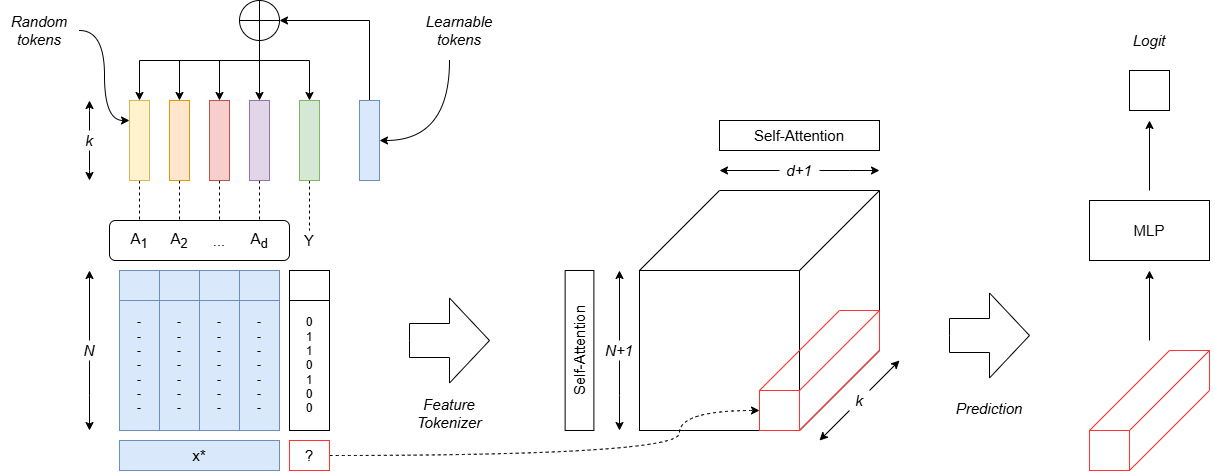
Earlier version of the draw.io export images/tabpfn-v2_regressor.png (tanthinhdt/cbbl-2025). Source tidied: cells renumbered, new cells last; positions are measured from the earlier drawing's top-left corner, leaving out a move shared by most shapes.
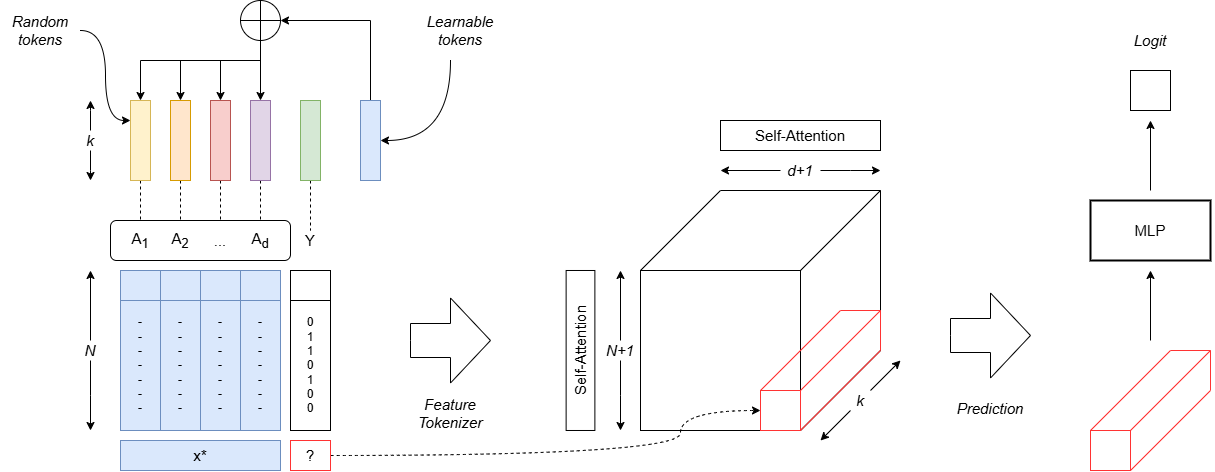
Later version of the same file.

Commit message:
fix: fix architecture visualizations

What changed in the source:
```diff
@@ -41,14 +41,6 @@
         </Array>
       </mxGeometry>
     </mxCell>
-    <mxCell id="10" style="edgeStyle=orthogonalEdgeStyle;rounded=0;jettySize=auto;html=1;entryX=0;entryY=0.5;entryDx=0;entryDy=0;" parent="1" edge="1" source="11" target="26">
-      <mxGeometry relative="1" as="geometry">
-        <Array as="points">
-          <mxPoint x="260" y="60" />
-          <mxPoint x="310" y="60" />
-        </Array>
-      </mxGeometry>
-    </mxCell>
     <mxCell id="11" style="shape=orEllipse;perimeter=ellipsePerimeter;whiteSpace=wrap;html=1;backgroundOutline=1;" parent="1" vertex="1">
       <mxGeometry x="240" width="40" height="40" as="geometry" />
     </mxCell>
@@ -345,7 +337,7 @@
     <mxCell id="83" value="&lt;span style=&quot;font-size: 15px;&quot;&gt;&lt;i&gt;Prediction&lt;/i&gt;&lt;/span&gt;" style="rounded=0;whiteSpace=wrap;html=1;strokeColor=none;fillColor=none;" parent="1" vertex="1">
       <mxGeometry x="950" y="377.5" width="80" height="60" as="geometry" />
     </mxCell>
-    <mxCell id="84" value="&lt;font style=&quot;font-size: 15px;&quot;&gt;MLP&lt;/font&gt;" style="rounded=0;whiteSpace=wrap;html=1;" parent="1" vertex="1">
+    <mxCell id="84" value="&lt;font style=&quot;font-size: 15px;&quot;&gt;MLP&lt;/font&gt;" style="rounded=0;whiteSpace=wrap;html=1;strokeWidth=2;" parent="1" vertex="1">
       <mxGeometry x="1090" y="200" width="120" height="60" as="geometry" />
     </mxCell>
     <mxCell id="85" style="endArrow=classic;html=1;rounded=0;" parent="1" edge="1">
```
